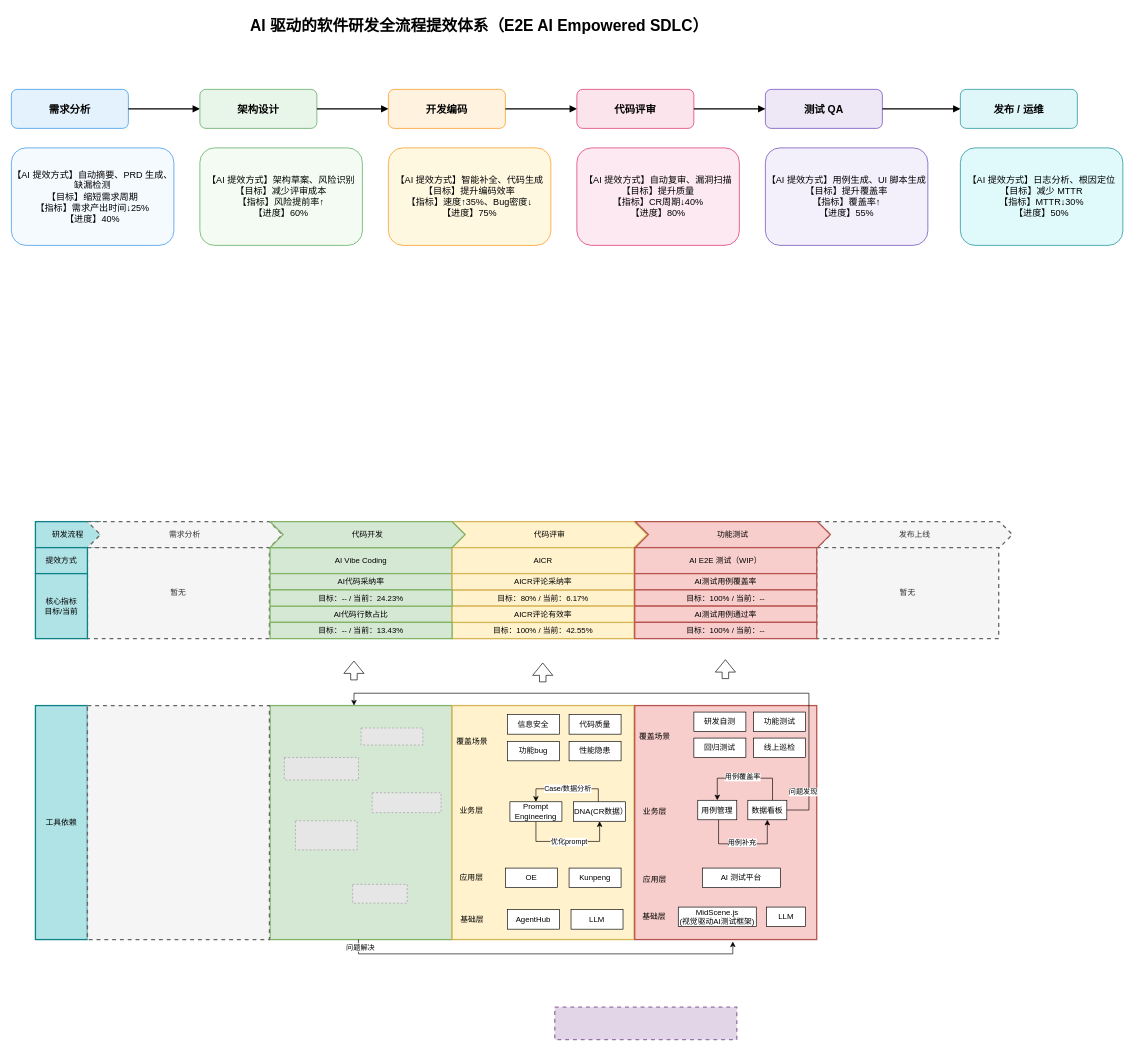
Earlier version of the draw.io diagram AI研发提效.drawio (Zsynuting/diagram). Source tidied: cells renumbered, new cells numbered last; positions are measured from the earlier drawing's top-left corner, leaving out a move shared by most shapes. Both pictures are drawn from the tidied source at 65%, with x=0, y=0 at pixel (11, 11). Pictures stored in the file or linked from it are replaced by grey dashed boxes.
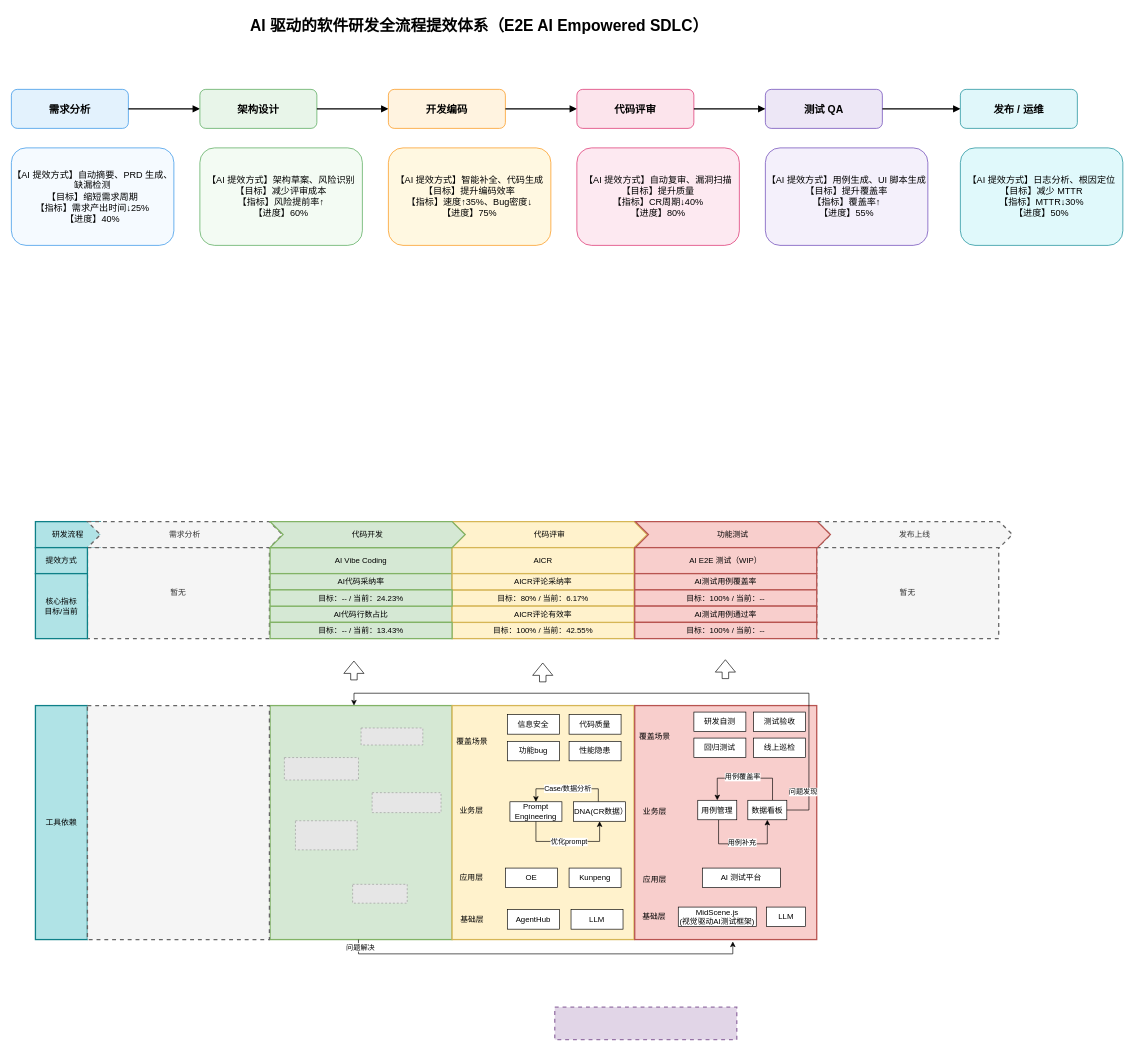
After the change.

Commit message (it also covers changes not shown here):
更新AI研发提效.drawio

Diff of the diagram source:
```diff
@@
-    <mxCell id="93" value="功能测试" style="rounded=0;whiteSpace=wrap;html=1;" parent="1" vertex="1">
+    <mxCell id="93" value="测试验收" style="rounded=0;whiteSpace=wrap;html=1;" parent="1" vertex="1">
       <mxGeometry x="1142" y="1078" width="80" height="30" as="geometry" />
     </mxCell>
```
